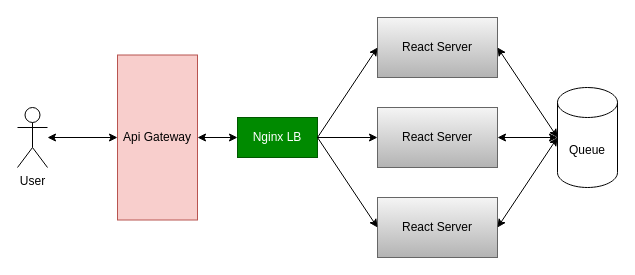
JanKaczmarski/heaven-in-mouth keeps this draw.io diagram as drawio/Architecture.drawio. Above is the earlier version. Source tidied: cells renumbered, new cells numbered last; positions are measured from the earlier drawing's top-left corner, leaving out a move shared by most shapes. Both pictures are drawn from the tidied source at 100%, with x=0, y=0 at pixel (17, 17).
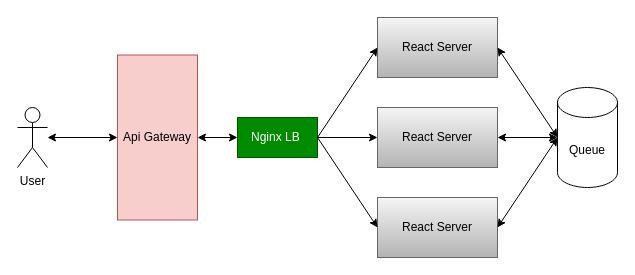
The same diagram, later.

Diff of the diagram source:
```diff
@@
 <mxGraphModel>
   <root>
     <mxCell id="0" />
     <mxCell id="1" parent="0" />
     <mxCell id="2" value="User" style="shape=umlActor;verticalLabelPosition=bottom;verticalAlign=top;html=1;outlineConnect=0;" parent="1" vertex="1">
       <mxGeometry y="90" width="30" height="60" as="geometry" />
     </mxCell>
     <mxCell id="3" value="Api Gateway" style="rounded=0;whiteSpace=wrap;html=1;fillColor=#f8cecc;strokeColor=#b85450;" parent="1" vertex="1">
       <mxGeometry x="100" y="37.5" width="80" height="165" as="geometry" />
     </mxCell>
     <mxCell id="4" style="endArrow=classic;startArrow=classic;html=1;rounded=0;entryX=0;entryY=0.5;entryDx=0;entryDy=0;" parent="1" edge="1" source="2" target="3">
       <mxGeometry relative="1" as="geometry" />
     </mxCell>
     <mxCell id="5" value="React Server" style="rounded=0;whiteSpace=wrap;html=1;fillColor=#f5f5f5;gradientColor=#b3b3b3;strokeColor=#666666;" parent="1" vertex="1">
       <mxGeometry x="360" width="120" height="60" as="geometry" />
     </mxCell>
     <mxCell id="6" value="React Server" style="rounded=0;whiteSpace=wrap;html=1;fillColor=#f5f5f5;gradientColor=#b3b3b3;strokeColor=#666666;" parent="1" vertex="1">
       <mxGeometry x="360" y="90" width="120" height="60" as="geometry" />
     </mxCell>
     <mxCell id="7" value="React Server" style="rounded=0;whiteSpace=wrap;html=1;fillColor=#f5f5f5;gradientColor=#b3b3b3;strokeColor=#666666;" parent="1" vertex="1">
       <mxGeometry x="360" y="180" width="120" height="60" as="geometry" />
     </mxCell>
-    <mxCell id="8" value="Nginx LB" style="rounded=0;whiteSpace=wrap;html=1;fillColor=#008a00;fontColor=#ffffff;strokeColor=#005700;" parent="1" vertex="1">
+    <mxCell id="8" value="Nginx LB&amp;nbsp;" style="rounded=0;whiteSpace=wrap;html=1;fillColor=#008a00;fontColor=#ffffff;strokeColor=#005700;" parent="1" vertex="1">
       <mxGeometry x="220" y="100" width="80" height="40" as="geometry" />
     </mxCell>
     <mxCell id="9" style="endArrow=classic;html=1;rounded=0;exitX=1;exitY=0.5;exitDx=0;exitDy=0;entryX=0;entryY=0.5;entryDx=0;entryDy=0;" parent="1" edge="1" source="8" target="7">
       <mxGeometry relative="1" as="geometry" />
     </mxCell>
     <mxCell id="10" style="endArrow=classic;html=1;rounded=0;exitX=1;exitY=0.5;exitDx=0;exitDy=0;entryX=0;entryY=0.5;entryDx=0;entryDy=0;" parent="1" edge="1" source="8" target="6">
       <mxGeometry relative="1" as="geometry" />
     </mxCell>
     <mxCell id="11" style="endArrow=classic;html=1;rounded=0;exitX=1;exitY=0.5;exitDx=0;exitDy=0;entryX=0;entryY=0.5;entryDx=0;entryDy=0;" parent="1" edge="1" source="8" target="5">
       <mxGeometry relative="1" as="geometry" />
     </mxCell>
     <mxCell id="12" value="Queue" style="shape=cylinder3;whiteSpace=wrap;html=1;boundedLbl=1;backgroundOutline=1;size=15;rotation=0;" parent="1" vertex="1">
       <mxGeometry x="540" y="70" width="60" height="100" as="geometry" />
     </mxCell>
     <mxCell id="13" style="endArrow=classic;startArrow=classic;html=1;rounded=0;entryX=0;entryY=0.5;entryDx=0;entryDy=0;" parent="1" edge="1" target="8">
       <mxGeometry relative="1" as="geometry">
         <mxPoint x="180" y="120" as="sourcePoint" />
       </mxGeometry>
     </mxCell>
     <mxCell id="14" style="endArrow=classic;startArrow=classic;html=1;rounded=0;entryX=0;entryY=0.5;entryDx=0;entryDy=0;entryPerimeter=0;exitX=1;exitY=0.5;exitDx=0;exitDy=0;" parent="1" edge="1" source="7" target="12">
       <mxGeometry relative="1" as="geometry" />
     </mxCell>
     <mxCell id="15" style="endArrow=classic;startArrow=classic;html=1;rounded=0;entryX=0;entryY=0.5;entryDx=0;entryDy=0;entryPerimeter=0;exitX=1;exitY=0.5;exitDx=0;exitDy=0;" parent="1" edge="1" source="5" target="12">
       <mxGeometry relative="1" as="geometry" />
     </mxCell>
     <mxCell id="16" style="endArrow=classic;startArrow=classic;html=1;rounded=0;entryX=0;entryY=0.5;entryDx=0;entryDy=0;entryPerimeter=0;" parent="1" edge="1" source="6" target="12">
       <mxGeometry relative="1" as="geometry" />
     </mxCell>
   </root>
 </mxGraphModel>
```
